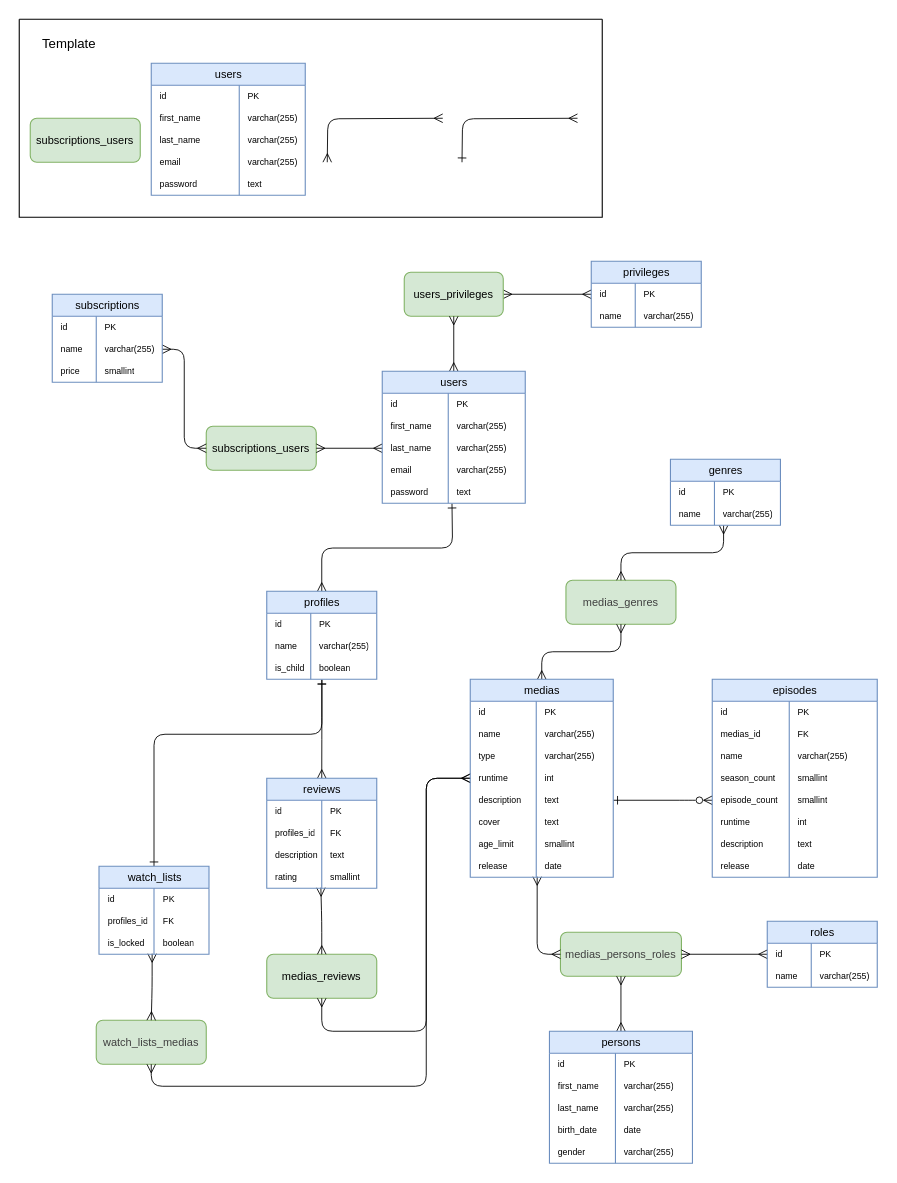
Earlier version of the draw.io diagram docs/diagrams/physical.drawio (Team-AB-DevOps/ab-dbd25). Source tidied: cells renumbered, new cells numbered last; positions are measured from the earlier drawing's top-left corner, leaving out a move shared by most shapes. Both pictures are drawn from the tidied source at 110%, with x=0, y=0 at pixel (19, 19).
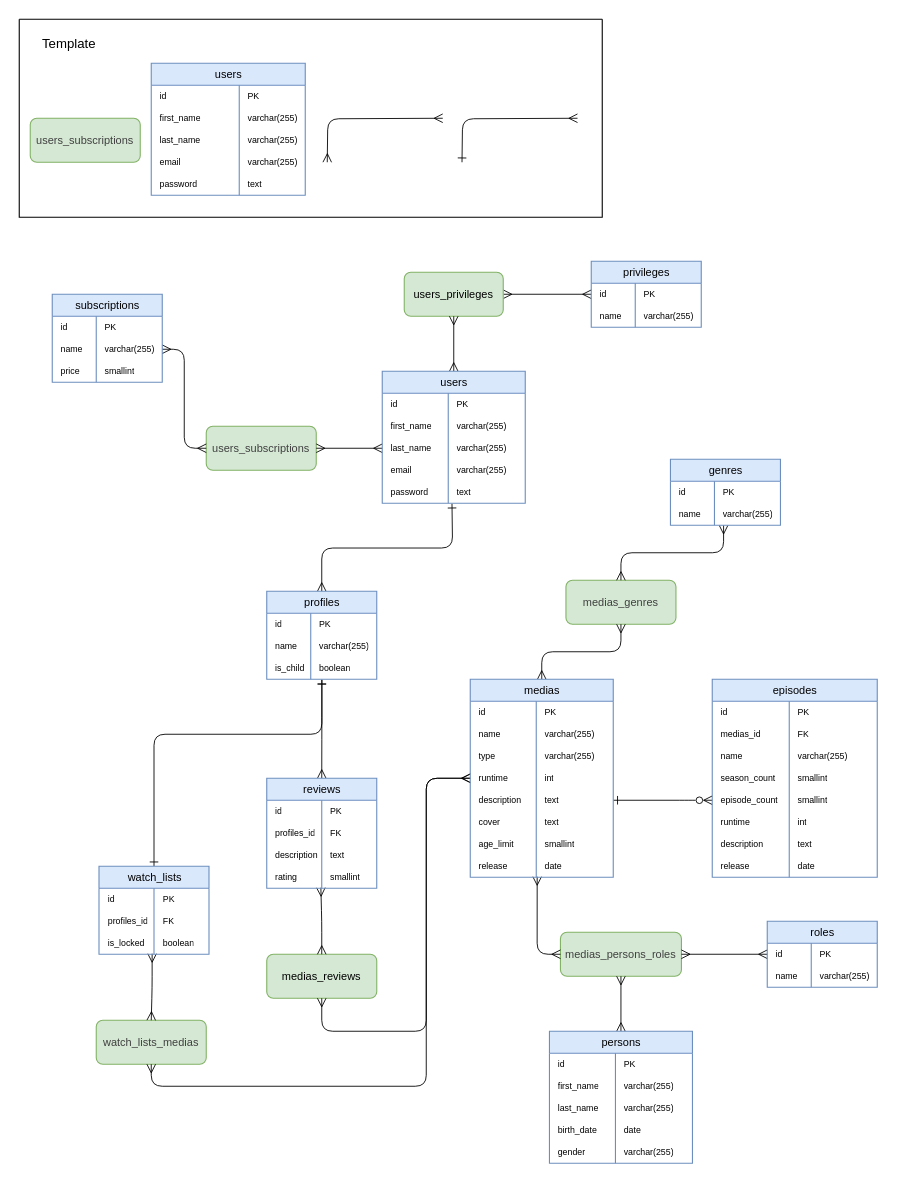
Above is the later version.

The edit, as a diff of the source:
```diff
@@
-    <mxCell id="5" value="&lt;span style=&quot;color: rgb(0, 0, 0);&quot;&gt;&lt;font style=&quot;font-size: 10px;&quot;&gt;subscriptions_users&lt;/font&gt;&lt;/span&gt;" style="rounded=1;whiteSpace=wrap;html=1;fillColor=#d5e8d4;strokeColor=#82b366;" parent="1" vertex="1">
+    <mxCell id="5" value="&lt;span style=&quot;color: rgb(63, 63, 63); font-size: 10px;&quot;&gt;users_subscriptions&lt;/span&gt;" style="rounded=1;whiteSpace=wrap;html=1;fillColor=#d5e8d4;strokeColor=#82b366;" parent="1" vertex="1">
       <mxGeometry x="170" y="370" width="100" height="40" as="geometry" />
     </mxCell>
@@
-    <mxCell id="12" value="&lt;span style=&quot;color: rgb(0, 0, 0);&quot;&gt;&lt;font style=&quot;font-size: 10px;&quot;&gt;subscriptions_users&lt;/font&gt;&lt;/span&gt;" style="rounded=1;whiteSpace=wrap;html=1;fillColor=#d5e8d4;strokeColor=#82b366;" parent="1" vertex="1">
+    <mxCell id="12" value="&lt;span style=&quot;color: rgb(63, 63, 63); font-size: 10px;&quot;&gt;users_subscriptions&lt;/span&gt;" style="rounded=1;whiteSpace=wrap;html=1;fillColor=#d5e8d4;strokeColor=#82b366;" parent="1" vertex="1">
       <mxGeometry x="10" y="90" width="100" height="40" as="geometry" />
     </mxCell>
```
